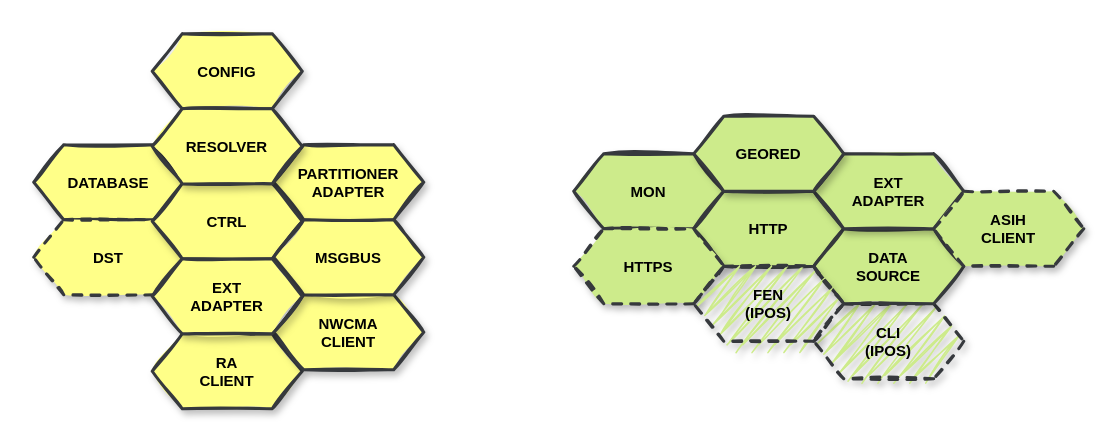
The draw.io diagram page "第 3 页" (3 of 5) of http_server.drawio in SunLucc/Test, before the edit. Source tidied: cells renumbered, new cells numbered last; positions are measured from the earlier drawing's top-left corner, leaving out a move shared by most shapes. Both pictures are drawn from the tidied source at 150%, with x=0, y=0 at pixel (33, 33).
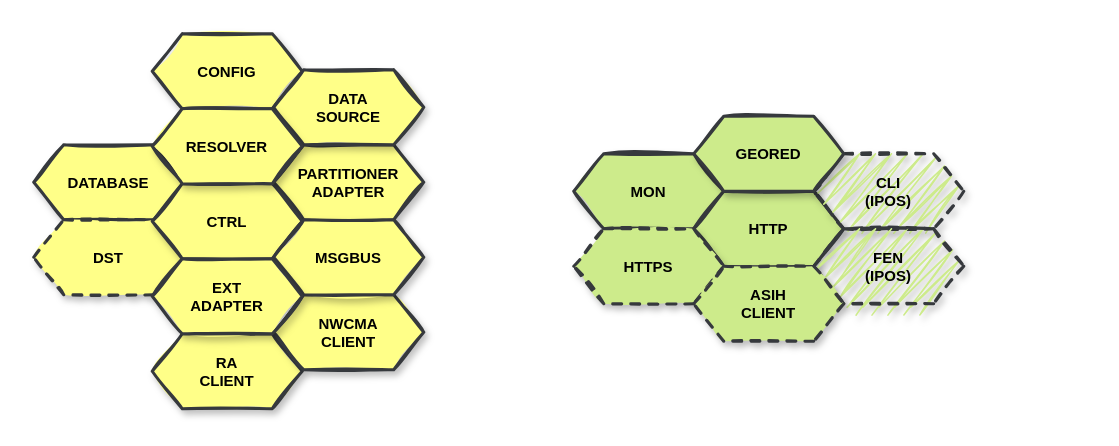
After the change.

What changed in the source:
```diff
@@
     <mxCell id="10" value="&lt;b style=&quot;font-size: 10px;&quot;&gt;CLI&lt;br&gt;(IPOS)&lt;br&gt;&lt;/b&gt;" style="shape=hexagon;perimeter=hexagonPerimeter2;whiteSpace=wrap;html=1;fixedSize=1;fillStyle=zigzag;fillColor=#cdeb8b;strokeColor=#36393d;fontSize=10;rounded=0;shadow=1;sketch=1;strokeWidth=2;dashed=1;" parent="1" vertex="1">
-      <mxGeometry x="520" y="180" width="100" height="50" as="geometry" />
+      <mxGeometry x="520" y="80" width="100" height="50" as="geometry" />
     </mxCell>
-    <mxCell id="11" value="&lt;b style=&quot;font-size: 10px;&quot;&gt;DATA&lt;br&gt;SOURCE&lt;br&gt;&lt;/b&gt;" style="shape=hexagon;perimeter=hexagonPerimeter2;whiteSpace=wrap;html=1;fixedSize=1;fillStyle=solid;fillColor=#cdeb8b;strokeColor=#36393d;fontSize=10;rounded=0;shadow=1;sketch=1;strokeWidth=2;" parent="1" vertex="1">
-      <mxGeometry x="520" y="130" width="100" height="50" as="geometry" />
+    <mxCell id="11" value="&lt;b style=&quot;font-size: 10px;&quot;&gt;DATA&lt;br&gt;SOURCE&lt;br&gt;&lt;/b&gt;" style="shape=hexagon;perimeter=hexagonPerimeter2;whiteSpace=wrap;html=1;fixedSize=1;fillStyle=solid;fillColor=#ffff88;strokeColor=#36393d;fontSize=10;rounded=0;shadow=1;sketch=1;strokeWidth=2;" parent="1" vertex="1">
+      <mxGeometry x="160" y="24" width="100" height="50" as="geometry" />
     </mxCell>
@@
     <mxCell id="15" value="&lt;b style=&quot;font-size: 10px;&quot;&gt;FEN&lt;br&gt;(IPOS)&lt;br&gt;&lt;/b&gt;" style="shape=hexagon;perimeter=hexagonPerimeter2;whiteSpace=wrap;html=1;fixedSize=1;fillStyle=zigzag;fillColor=#cdeb8b;strokeColor=#36393d;fontSize=10;rounded=0;shadow=1;sketch=1;strokeWidth=2;dashed=1;" parent="1" vertex="1">
-      <mxGeometry x="440" y="155" width="100" height="50" as="geometry" />
+      <mxGeometry x="520" y="130" width="100" height="50" as="geometry" />
     </mxCell>
@@
-    <mxCell id="17" value="&lt;b style=&quot;font-size: 10px;&quot;&gt;EXT&lt;br&gt;ADAPTER&lt;br&gt;&lt;/b&gt;" style="shape=hexagon;perimeter=hexagonPerimeter2;whiteSpace=wrap;html=1;fixedSize=1;fillStyle=solid;fillColor=#cdeb8b;strokeColor=#36393d;fontSize=10;rounded=0;shadow=1;sketch=1;strokeWidth=2;" parent="1" vertex="1">
-      <mxGeometry x="520" y="80" width="100" height="50" as="geometry" />
-    </mxCell>
@@
     <mxCell id="19" value="&lt;b style=&quot;font-size: 10px;&quot;&gt;ASIH&lt;br&gt;CLIENT&lt;br&gt;&lt;/b&gt;" style="shape=hexagon;perimeter=hexagonPerimeter2;whiteSpace=wrap;html=1;fixedSize=1;fillStyle=solid;fillColor=#cdeb8b;strokeColor=#36393d;fontSize=10;rounded=0;shadow=1;sketch=1;dashed=1;strokeWidth=2;" parent="1" vertex="1">
-      <mxGeometry x="600" y="105" width="100" height="50" as="geometry" />
+      <mxGeometry x="440" y="155" width="100" height="50" as="geometry" />
     </mxCell>
```
